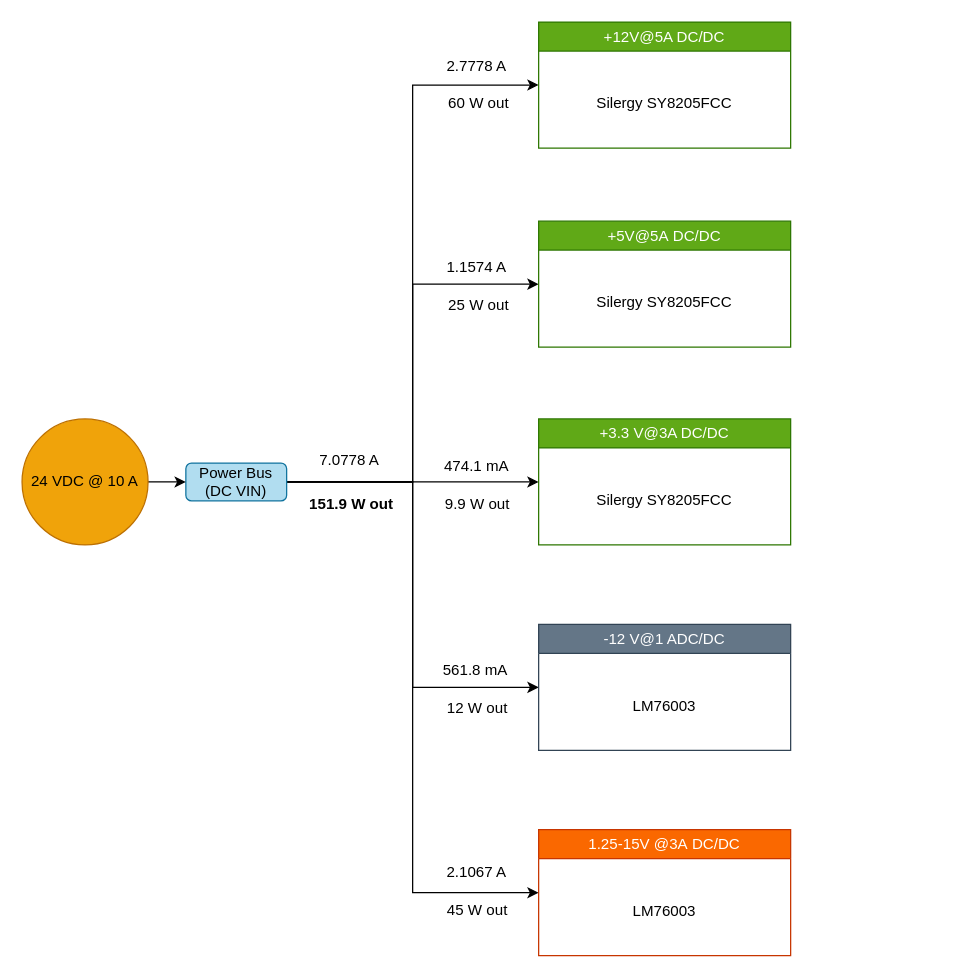
The draw.io diagram Documentación/Electrical power tree.drawio in HenryPabon09/Project_1_Power_supply, before the edit. Source tidied: cells renumbered, new cells numbered last; positions are measured from the earlier drawing's top-left corner, leaving out a move shared by most shapes. Both pictures are drawn from the tidied source at 126%, with x=0, y=0 at pixel (21, 21).
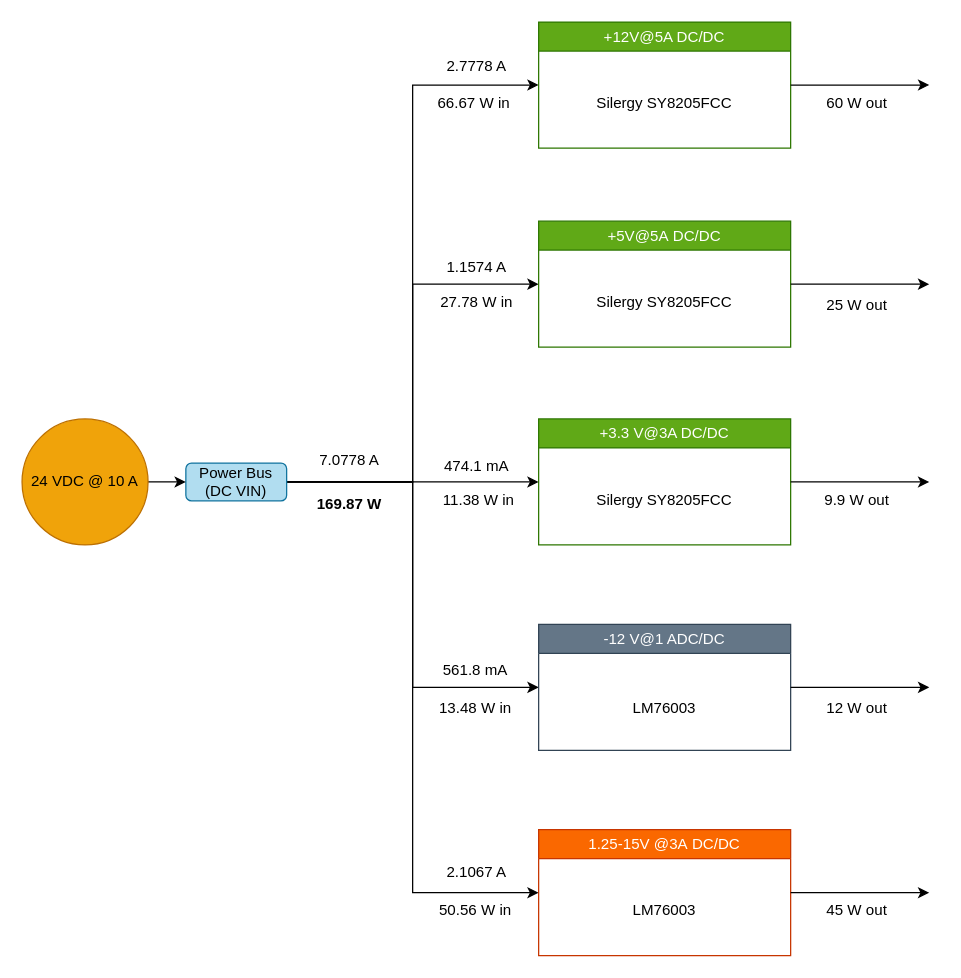
After the change.

Commit message:
Update electrical power tree

The change refers to these unchanged cells:
```xml
<mxCell id="10" value="&lt;span style=&quot;font-weight: 400;&quot;&gt;+12V@5A DC/DC&lt;/span&gt;" style="swimlane;whiteSpace=wrap;html=1;fillColor=#60a917;fontColor=#ffffff;strokeColor=#2D7600;" parent="1" vertex="1">
  <mxGeometry x="410" width="200" height="100" as="geometry" />
</mxCell>
<mxCell id="12" value="&lt;span style=&quot;color: rgb(255, 255, 255); font-weight: 400;&quot;&gt;+5V@5A&lt;/span&gt;&lt;span style=&quot;font-weight: 400;&quot;&gt;&amp;nbsp;DC/DC&lt;/span&gt;" style="swimlane;whiteSpace=wrap;html=1;fillColor=#60a917;fontColor=#ffffff;strokeColor=#2D7600;" parent="1" vertex="1">
  <mxGeometry x="410" y="158" width="200" height="100" as="geometry" />
</mxCell>
<mxCell id="14" value="&lt;span style=&quot;color: rgb(255, 255, 255); font-weight: 400;&quot;&gt;+3.3 V@3A DC/DC&lt;/span&gt;" style="swimlane;whiteSpace=wrap;html=1;fillColor=#60a917;fontColor=#ffffff;strokeColor=#2D7600;" parent="1" vertex="1">
  <mxGeometry x="410" y="315" width="200" height="100" as="geometry" />
</mxCell>
<mxCell id="16" value="&lt;span style=&quot;color: rgb(255, 255, 255); font-weight: 400;&quot;&gt;&lt;span style=&quot;color: rgb(255, 255, 255);&quot;&gt;-12 V@1 A&lt;/span&gt;DC/DC&lt;/span&gt;" style="swimlane;whiteSpace=wrap;html=1;fillColor=#647687;fontColor=#ffffff;strokeColor=#314354;" parent="1" vertex="1">
  <mxGeometry x="410" y="478" width="200" height="100" as="geometry" />
</mxCell>
<mxCell id="18" value="&lt;span style=&quot;color: rgb(255, 255, 255); font-weight: 400;&quot;&gt;&lt;span style=&quot;color: rgb(255, 255, 255);&quot;&gt;1.25-15V @3A&amp;nbsp;&lt;/span&gt;DC/DC&lt;/span&gt;" style="swimlane;whiteSpace=wrap;html=1;fillColor=#fa6800;fontColor=#000000;strokeColor=#C73500;" parent="1" vertex="1">
  <mxGeometry x="410" y="641" width="200" height="100" as="geometry" />
</mxCell>
```

Diff of the diagram source:
```diff
@@
     <mxCell id="17" value="LM76003" style="text;html=1;whiteSpace=wrap;strokeColor=none;fillColor=none;align=center;verticalAlign=middle;rounded=0;" parent="16" vertex="1">
-      <mxGeometry x="20" y="40" width="160" height="50" as="geometry" />
+      <mxGeometry x="20" y="42" width="160" height="50" as="geometry" />
     </mxCell>
@@
     <mxCell id="19" value="LM76003" style="text;html=1;whiteSpace=wrap;strokeColor=none;fillColor=none;align=center;verticalAlign=middle;rounded=0;" parent="18" vertex="1">
-      <mxGeometry x="20" y="40" width="160" height="50" as="geometry" />
+      <mxGeometry x="20" y="39" width="160" height="50" as="geometry" />
     </mxCell>
-    <mxCell id="20" value="&amp;nbsp;60 W out" style="text;html=1;whiteSpace=wrap;strokeColor=none;fillColor=none;align=center;verticalAlign=middle;rounded=0;" parent="1" vertex="1">
-      <mxGeometry x="331" y="50" width="60" height="30" as="geometry" />
+    <mxCell id="20" value="66.67 W in&amp;nbsp;" style="text;html=1;whiteSpace=wrap;strokeColor=none;fillColor=none;align=center;verticalAlign=middle;rounded=0;" parent="1" vertex="1">
+      <mxGeometry x="316" y="50" width="89" height="30" as="geometry" />
     </mxCell>
-    <mxCell id="21" value="&amp;nbsp;25 W out" style="text;html=1;whiteSpace=wrap;strokeColor=none;fillColor=none;align=center;verticalAlign=middle;rounded=0;" parent="1" vertex="1">
-      <mxGeometry x="331" y="210" width="60" height="30" as="geometry" />
+    <mxCell id="21" value="&amp;nbsp;27.78 W in&amp;nbsp;" style="text;html=1;whiteSpace=wrap;strokeColor=none;fillColor=none;align=center;verticalAlign=middle;rounded=0;" parent="1" vertex="1">
+      <mxGeometry x="321" y="208" width="80" height="30" as="geometry" />
     </mxCell>
-    <mxCell id="22" value="&amp;nbsp;9.9 W out" style="text;html=1;whiteSpace=wrap;strokeColor=none;fillColor=none;align=center;verticalAlign=middle;rounded=0;" parent="1" vertex="1">
-      <mxGeometry x="330" y="367.5" width="60" height="30" as="geometry" />
+    <mxCell id="22" value="&amp;nbsp;11.38 W in" style="text;html=1;whiteSpace=wrap;strokeColor=none;fillColor=none;align=center;verticalAlign=middle;rounded=0;" parent="1" vertex="1">
+      <mxGeometry x="316" y="365" width="90" height="30" as="geometry" />
     </mxCell>
-    <mxCell id="23" value="&amp;nbsp;12 W out" style="text;html=1;whiteSpace=wrap;strokeColor=none;fillColor=none;align=center;verticalAlign=middle;rounded=0;" parent="1" vertex="1">
-      <mxGeometry x="330" y="530" width="60" height="30" as="geometry" />
+    <mxCell id="23" value="&amp;nbsp;13.48 W in&amp;nbsp;" style="text;html=1;whiteSpace=wrap;strokeColor=none;fillColor=none;align=center;verticalAlign=middle;rounded=0;" parent="1" vertex="1">
+      <mxGeometry x="320" y="530" width="80" height="30" as="geometry" />
     </mxCell>
-    <mxCell id="24" value="&amp;nbsp;45 W out" style="text;html=1;whiteSpace=wrap;strokeColor=none;fillColor=none;align=center;verticalAlign=middle;rounded=0;" parent="1" vertex="1">
-      <mxGeometry x="330" y="690" width="60" height="30" as="geometry" />
+    <mxCell id="24" value="&amp;nbsp;50.56 W in&amp;nbsp;" style="text;html=1;whiteSpace=wrap;strokeColor=none;fillColor=none;align=center;verticalAlign=middle;rounded=0;" parent="1" vertex="1">
+      <mxGeometry x="320" y="690" width="80" height="30" as="geometry" />
     </mxCell>
-    <mxCell id="25" value="&amp;nbsp;151.9 W out" style="text;html=1;whiteSpace=wrap;strokeColor=none;fillColor=none;align=center;verticalAlign=middle;rounded=0;fontStyle=1;fontColor=light-dark(#000000,#FFFFFF);" parent="1" vertex="1">
+    <mxCell id="25" value="&amp;nbsp;169.87 W&amp;nbsp;" style="text;html=1;whiteSpace=wrap;strokeColor=none;fillColor=none;align=center;verticalAlign=middle;rounded=0;fontStyle=1;fontColor=light-dark(#000000,#FFFFFF);" parent="1" vertex="1">
       <mxGeometry x="220" y="367.5" width="80" height="30" as="geometry" />
     </mxCell>
@@
+    <mxCell id="32" style="endArrow=classic;html=1;rounded=0;defaultLabelBackgroundColor=gap;exitX=1;exitY=0.5;exitDx=0;exitDy=0;" parent="1" edge="1" source="10">
+      <mxGeometry relative="1" as="geometry">
+        <mxPoint x="720" y="50" as="targetPoint" />
+      </mxGeometry>
+    </mxCell>
+    <mxCell id="33" style="endArrow=classic;html=1;rounded=0;defaultLabelBackgroundColor=gap;exitX=1;exitY=0.5;exitDx=0;exitDy=0;" parent="1" edge="1" source="12">
+      <mxGeometry relative="1" as="geometry">
+        <mxPoint x="720" y="208" as="targetPoint" />
+      </mxGeometry>
+    </mxCell>
+    <mxCell id="34" style="endArrow=classic;html=1;rounded=0;defaultLabelBackgroundColor=gap;exitX=1;exitY=0.5;exitDx=0;exitDy=0;" parent="1" edge="1" source="14">
+      <mxGeometry relative="1" as="geometry">
+        <mxPoint x="720" y="365" as="targetPoint" />
+      </mxGeometry>
+    </mxCell>
+    <mxCell id="35" style="endArrow=classic;html=1;rounded=0;defaultLabelBackgroundColor=gap;exitX=1;exitY=0.5;exitDx=0;exitDy=0;" parent="1" edge="1" source="16">
+      <mxGeometry relative="1" as="geometry">
+        <mxPoint x="720" y="528" as="targetPoint" />
+      </mxGeometry>
+    </mxCell>
+    <mxCell id="36" style="endArrow=classic;html=1;rounded=0;defaultLabelBackgroundColor=gap;exitX=1;exitY=0.5;exitDx=0;exitDy=0;" parent="1" edge="1" source="18">
+      <mxGeometry relative="1" as="geometry">
+        <mxPoint x="720" y="691" as="targetPoint" />
+      </mxGeometry>
+    </mxCell>
+    <mxCell id="37" value="60 W out&amp;nbsp;" style="text;html=1;whiteSpace=wrap;strokeColor=none;fillColor=none;align=center;verticalAlign=middle;rounded=0;" parent="1" vertex="1">
+      <mxGeometry x="620" y="50" width="89" height="30" as="geometry" />
+    </mxCell>
+    <mxCell id="38" value="25 W out&amp;nbsp;" style="text;html=1;whiteSpace=wrap;strokeColor=none;fillColor=none;align=center;verticalAlign=middle;rounded=0;" parent="1" vertex="1">
+      <mxGeometry x="620" y="210" width="89" height="30" as="geometry" />
+    </mxCell>
+    <mxCell id="39" value="9.9 W out&amp;nbsp;" style="text;html=1;whiteSpace=wrap;strokeColor=none;fillColor=none;align=center;verticalAlign=middle;rounded=0;" parent="1" vertex="1">
+      <mxGeometry x="620" y="365" width="89" height="30" as="geometry" />
+    </mxCell>
+    <mxCell id="40" value="12 W out&amp;nbsp;" style="text;html=1;whiteSpace=wrap;strokeColor=none;fillColor=none;align=center;verticalAlign=middle;rounded=0;" parent="1" vertex="1">
+      <mxGeometry x="620" y="530" width="89" height="30" as="geometry" />
+    </mxCell>
+    <mxCell id="41" value="45 W out&amp;nbsp;" style="text;html=1;whiteSpace=wrap;strokeColor=none;fillColor=none;align=center;verticalAlign=middle;rounded=0;" parent="1" vertex="1">
+      <mxGeometry x="620" y="690" width="89" height="30" as="geometry" />
+    </mxCell>
```
